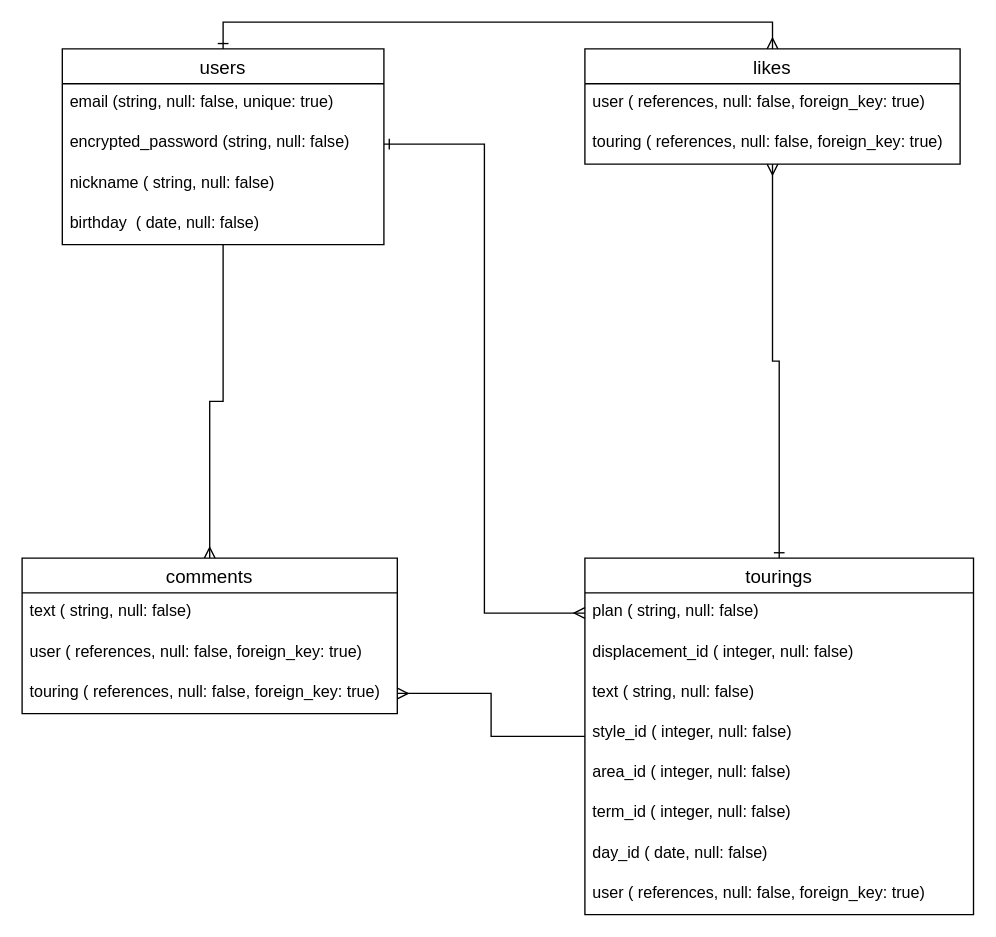
The draw.io diagram tourists-2.dio in yamaryo0250/tourists-2, before the edit. Source tidied: cells renumbered, new cells numbered last; positions are measured from the earlier drawing's top-left corner, leaving out a move shared by most shapes. Both pictures are drawn from the tidied source at 134%, with x=0, y=0 at pixel (21, 48).
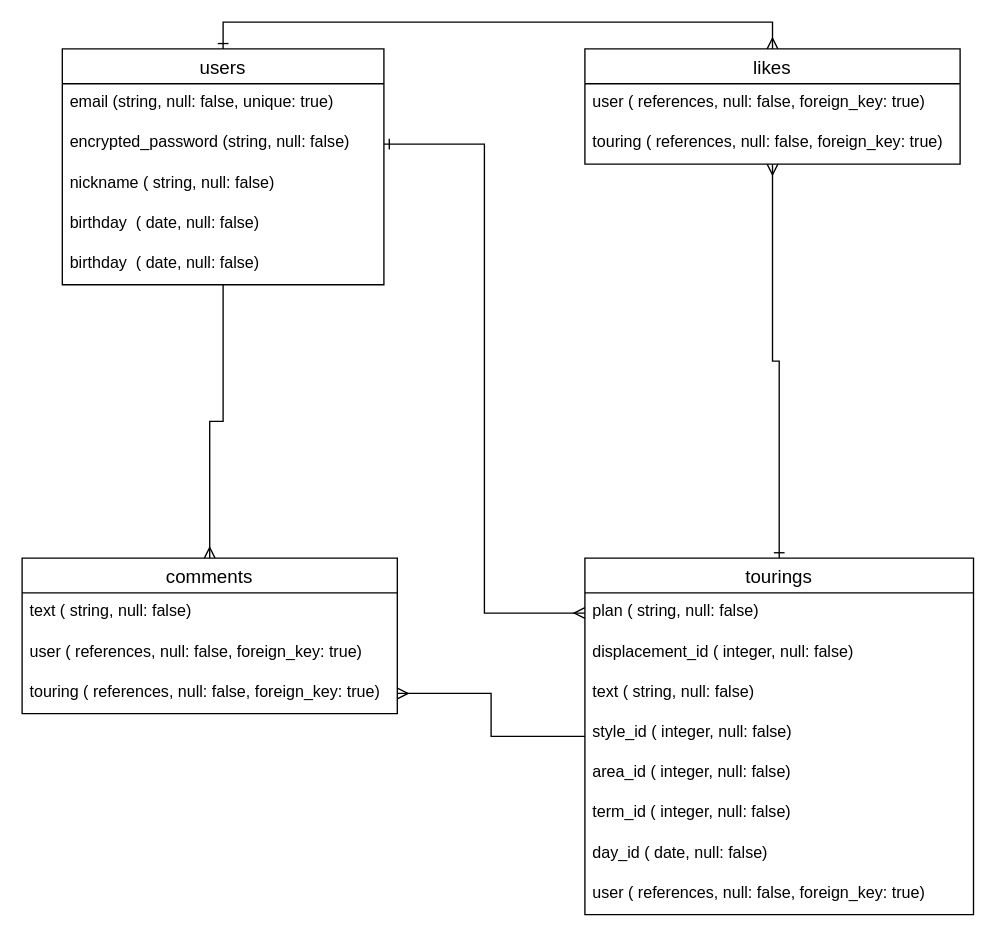
The same page after the edit.

The edit, as a diff of the source:
```diff
@@
     <mxCell id="4" value="users" style="swimlane;fontStyle=0;horizontal=1;startSize=26;align=center;fontSize=14;" parent="1" vertex="1">
-      <mxGeometry x="30" width="240" height="146" as="geometry" />
+      <mxGeometry x="30" width="240" height="176" as="geometry" />
     </mxCell>
@@
+    <mxCell id="28" value="birthday  ( date, null: false)" style="text;strokeColor=none;fillColor=none;spacingLeft=4;spacingRight=4;overflow=hidden;fontSize=12;" parent="4" vertex="1">
+      <mxGeometry y="146" width="240" height="30" as="geometry" />
+    </mxCell>
```
